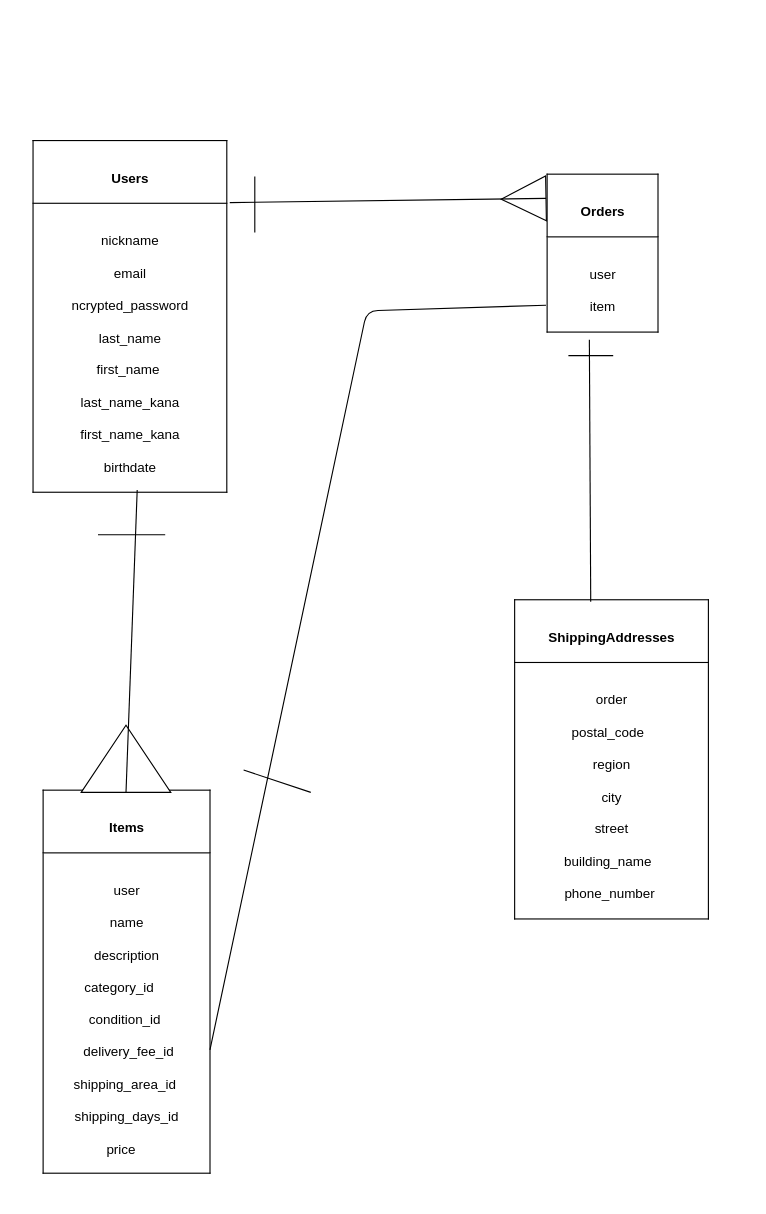
This is app/ER_Diag.dio from Aryokonon/furima-39415, a draw.io file, before an edit. Source tidied: cells renumbered, new cells numbered last; positions are measured from the earlier drawing's top-left corner, leaving out a move shared by most shapes. Both pictures are drawn from the tidied source at 112%, with x=0, y=0 at pixel (30, 19).
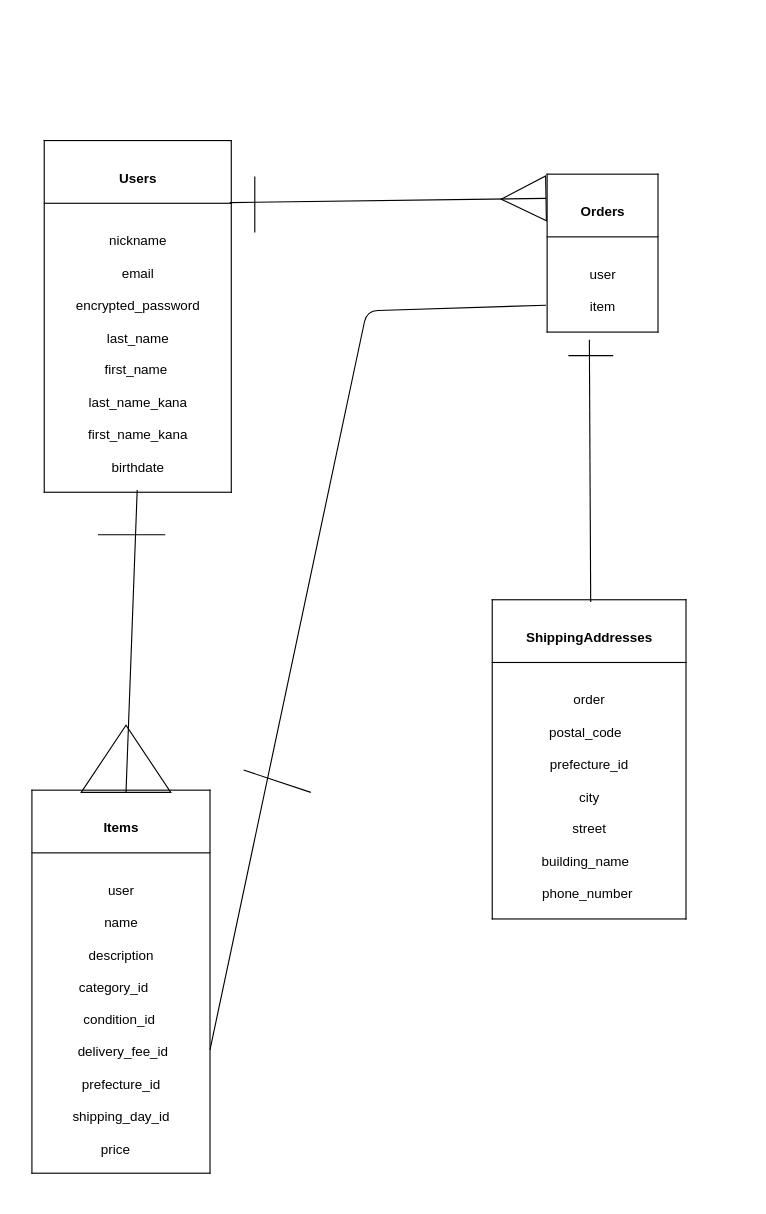
The same page after the edit.

Unchanged cells that the change refers to:
```xml
<mxCell id="4" value="&lt;table style=&quot;border-collapse:collapse;border:none;mso-border-alt:solid windowtext .5pt;&#10; mso-yfti-tbllook:1184;mso-table-lspace:9.0pt;margin-left:6.75pt;mso-table-rspace:&#10; 9.0pt;margin-right:6.75pt;mso-table-anchor-vertical:paragraph;mso-table-anchor-horizontal:&#10; page;mso-table-left:183.7pt;mso-table-top:.7pt;mso-padding-alt:0in 5.4pt 0in 5.4pt&quot; align=&quot;left&quot; cellpadding=&quot;0&quot; cellspacing=&quot;0&quot; border=&quot;1&quot; class=&quot;MsoTableGrid&quot;&gt;&#10; &lt;tbody&gt;&lt;tr style=&quot;mso-yfti-irow:0;mso-yfti-firstrow:yes;height:4.4pt&quot;&gt;&#10;  &lt;td style=&quot;width:86.25pt;border:solid windowtext 1.0pt;&#10;  mso-border-alt:solid windowtext .5pt;padding:0in 5.4pt 0in 5.4pt;height:4.4pt&quot; valign=&quot;top&quot; width=&quot;115&quot;&gt;&#10;  &lt;p style=&quot;margin-bottom:0in;text-align:center;&#10;  line-height:normal;mso-element:frame;mso-element-frame-hspace:9.0pt;&#10;  mso-element-wrap:around;mso-element-anchor-vertical:paragraph;mso-element-anchor-horizontal:&#10;  page;mso-element-left:183.75pt;mso-element-top:.7pt;mso-height-rule:exactly&quot; align=&quot;center&quot; class=&quot;MsoNormal&quot;&gt;&lt;b&gt;Orders&lt;/b&gt;&lt;/p&gt;&#10;  &lt;/td&gt;&#10; &lt;/tr&gt;&#10; &lt;tr style=&quot;mso-yfti-irow:1;mso-yfti-lastrow:yes;height:32.05pt&quot;&gt;&#10;  &lt;td style=&quot;width:86.25pt;border:solid windowtext 1.0pt;&#10;  border-top:none;mso-border-top-alt:solid windowtext .5pt;mso-border-alt:solid windowtext .5pt;&#10;  padding:0in 5.4pt 0in 5.4pt;height:32.05pt&quot; valign=&quot;top&quot; width=&quot;115&quot;&gt;&#10;  &lt;p style=&quot;margin-bottom:0in;text-align:center;&#10;  line-height:normal;mso-element:frame;mso-element-frame-hspace:9.0pt;&#10;  mso-element-wrap:around;mso-element-anchor-vertical:paragraph;mso-element-anchor-horizontal:&#10;  page;mso-element-left:183.75pt;mso-element-top:.7pt;mso-height-rule:exactly&quot; align=&quot;center&quot; class=&quot;MsoNormal&quot;&gt;user&lt;br&gt;&#10;  item&lt;/p&gt;&#10;  &lt;/td&gt;&#10; &lt;/tr&gt;&#10;&lt;/tbody&gt;&lt;/table&gt;" style="text;whiteSpace=wrap;html=1;" parent="1" vertex="1">
  <mxGeometry x="450" y="30" width="120" height="260" as="geometry" />
</mxCell>
<mxCell id="6" style="triangle;whiteSpace=wrap;html=1;rotation=-181;" parent="1" vertex="1">
  <mxGeometry x="420" y="140" width="40" height="40" as="geometry" />
</mxCell>
```

What changed in the source:
```diff
@@
-    <mxCell id="2" value="&lt;table style=&quot;border-collapse:collapse;border:none;mso-border-alt:solid windowtext .5pt;&#10; mso-yfti-tbllook:1184;mso-table-lspace:9.0pt;margin-left:6.75pt;mso-table-rspace:&#10; 9.0pt;margin-right:6.75pt;mso-table-anchor-vertical:paragraph;mso-table-anchor-horizontal:&#10; page;mso-table-left:259.7pt;mso-table-top:-97.25pt;mso-padding-alt:0in 5.4pt 0in 5.4pt&quot; align=&quot;left&quot; cellpadding=&quot;0&quot; cellspacing=&quot;0&quot; border=&quot;1&quot; class=&quot;MsoTableGrid&quot;&gt;&#10; &lt;tbody&gt;&lt;tr style=&quot;mso-yfti-irow:0;mso-yfti-firstrow:yes;height:13.95pt&quot;&gt;&#10;  &lt;td style=&quot;width:118.15pt;border:solid windowtext 1.0pt;&#10;  mso-border-alt:solid windowtext .5pt;padding:0in 5.4pt 0in 5.4pt;height:13.95pt&quot; valign=&quot;top&quot; width=&quot;158&quot;&gt;&#10;  &lt;p style=&quot;margin-bottom:0in;text-align:center;&#10;  line-height:normal;mso-element:frame;mso-element-frame-hspace:9.0pt;&#10;  mso-element-wrap:around;mso-element-anchor-vertical:paragraph;mso-element-anchor-horizontal:&#10;  page;mso-element-left:259.75pt;mso-element-top:-97.25pt;mso-height-rule:exactly&quot; align=&quot;center&quot; class=&quot;MsoNormal&quot;&gt;&lt;b&gt;Items&lt;/b&gt;&lt;/p&gt;&#10;  &lt;/td&gt;&#10; &lt;/tr&gt;&#10; &lt;tr style=&quot;mso-yfti-irow:1;mso-yfti-lastrow:yes;height:100.6pt&quot;&gt;&#10;  &lt;td style=&quot;width:118.15pt;border:solid windowtext 1.0pt;&#10;  border-top:none;mso-border-top-alt:solid windowtext .5pt;mso-border-alt:solid windowtext .5pt;&#10;  padding:0in 5.4pt 0in 5.4pt;height:100.6pt&quot; valign=&quot;top&quot; width=&quot;158&quot;&gt;&#10;  &lt;p style=&quot;margin-bottom:0in;text-align:center;&#10;  line-height:normal;mso-element:frame;mso-element-frame-hspace:9.0pt;&#10;  mso-element-wrap:around;mso-element-anchor-vertical:paragraph;mso-element-anchor-horizontal:&#10;  page;mso-element-left:259.75pt;mso-element-top:-97.25pt;mso-height-rule:exactly&quot; align=&quot;center&quot; class=&quot;MsoNormal&quot;&gt;user&lt;br&gt;&#10;  name&lt;br&gt;&#10;  description&lt;br&gt;&#10;  category_id&lt;span style=&quot;mso-spacerun:yes&quot;&gt;&amp;nbsp;&amp;nbsp;&amp;nbsp;&amp;nbsp; &lt;/span&gt;&lt;br&gt;&#10;  condition_id&lt;span style=&quot;mso-spacerun:yes&quot;&gt;&amp;nbsp; &lt;/span&gt;&lt;br&gt;&#10;  &lt;span style=&quot;mso-spacerun:yes&quot;&gt;&amp;nbsp;&lt;/span&gt;delivery_fee_id&lt;br&gt;&#10;  shipping_area_id&lt;span style=&quot;mso-spacerun:yes&quot;&gt;&amp;nbsp; &lt;/span&gt;&lt;br&gt;&#10;  shipping_days_id&lt;br&gt;&#10;  &lt;span style=&quot;mso-spacerun:yes&quot;&gt;&amp;nbsp;&lt;/span&gt;price&lt;span style=&quot;mso-spacerun:yes&quot;&gt;&amp;nbsp;&amp;nbsp;&amp;nbsp;&amp;nbsp; &lt;/span&gt;&lt;/p&gt;&#10;  &lt;/td&gt;&#10; &lt;/tr&gt;&#10;&lt;/tbody&gt;&lt;/table&gt;" style="text;whiteSpace=wrap;html=1;strokeColor=none;" parent="1" vertex="1">
-      <mxGeometry y="580" width="170" height="470" as="geometry" />
-    </mxCell>
-    <mxCell id="3" value="&lt;table style=&quot;border-collapse:collapse;border:none;mso-border-alt:solid windowtext .5pt;&#10; mso-yfti-tbllook:1184;mso-padding-alt:0in 5.4pt 0in 5.4pt&quot; cellpadding=&quot;0&quot; cellspacing=&quot;0&quot; border=&quot;1&quot; class=&quot;MsoTableGrid&quot;&gt;&#10; &lt;tbody&gt;&lt;tr style=&quot;mso-yfti-irow:0;mso-yfti-firstrow:yes;height:13.95pt&quot;&gt;&#10;  &lt;td style=&quot;width:118.15pt;border:solid windowtext 1.0pt;&#10;  mso-border-alt:solid windowtext .5pt;padding:0in 5.4pt 0in 5.4pt;height:13.95pt&quot; valign=&quot;top&quot; width=&quot;158&quot;&gt;&#10;  &lt;p style=&quot;margin-bottom:0in;text-align:center;&#10;  line-height:normal&quot; align=&quot;center&quot; class=&quot;MsoNormal&quot;&gt;&lt;b&gt;Users&lt;/b&gt;&lt;/p&gt;&#10;  &lt;/td&gt;&#10; &lt;/tr&gt;&#10; &lt;tr style=&quot;mso-yfti-irow:1;mso-yfti-lastrow:yes;height:100.6pt&quot;&gt;&#10;  &lt;td style=&quot;width:118.15pt;border:solid windowtext 1.0pt;&#10;  border-top:none;mso-border-top-alt:solid windowtext .5pt;mso-border-alt:solid windowtext .5pt;&#10;  padding:0in 5.4pt 0in 5.4pt;height:100.6pt&quot; valign=&quot;top&quot; width=&quot;158&quot;&gt;&#10;  &lt;p style=&quot;margin-bottom:0in;text-align:center;&#10;  line-height:normal&quot; align=&quot;center&quot; class=&quot;MsoNormal&quot;&gt;nickname&lt;br&gt;&#10;  email&lt;br&gt;&#10;  ncrypted_password&lt;br&gt;&#10;  last_name&lt;br&gt;&#10;  first_name&lt;span style=&quot;mso-spacerun:yes&quot;&gt;&amp;nbsp; &lt;/span&gt;&lt;br&gt;&#10;  last_name_kana&lt;br&gt;&#10;  first_name_kana&lt;br&gt;&#10;  birthdate&lt;/p&gt;&#10;  &lt;/td&gt;&#10; &lt;/tr&gt;&#10;&lt;/tbody&gt;&lt;/table&gt;" style="text;whiteSpace=wrap;html=1;" parent="1" vertex="1">
-      <mxGeometry width="180" height="420" as="geometry" />
-    </mxCell>
@@
-    <mxCell id="5" value="&lt;table style=&quot;border-collapse:collapse;border:none;mso-border-alt:solid windowtext .5pt;&#10; mso-yfti-tbllook:1184;mso-padding-alt:0in 5.4pt 0in 5.4pt&quot; cellpadding=&quot;0&quot; cellspacing=&quot;0&quot; border=&quot;1&quot; class=&quot;MsoTableGrid&quot;&gt;&#10; &lt;tbody&gt;&lt;tr style=&quot;mso-yfti-irow:0;mso-yfti-firstrow:yes;height:13.95pt&quot;&gt;&#10;  &lt;td style=&quot;width:118.15pt;border:solid windowtext 1.0pt;&#10;  mso-border-alt:solid windowtext .5pt;padding:0in 5.4pt 0in 5.4pt;height:13.95pt&quot; valign=&quot;top&quot; width=&quot;158&quot;&gt;&#10;  &lt;p style=&quot;margin-bottom:0in;text-align:center;&#10;  line-height:normal&quot; align=&quot;center&quot; class=&quot;MsoNormal&quot;&gt;&lt;b&gt;ShippingAddresses&lt;/b&gt;&lt;/p&gt;&#10;  &lt;/td&gt;&#10; &lt;/tr&gt;&#10; &lt;tr style=&quot;mso-yfti-irow:1;mso-yfti-lastrow:yes;height:100.6pt&quot;&gt;&#10;  &lt;td style=&quot;width:118.15pt;border:solid windowtext 1.0pt;&#10;  border-top:none;mso-border-top-alt:solid windowtext .5pt;mso-border-alt:solid windowtext .5pt;&#10;  padding:0in 5.4pt 0in 5.4pt;height:100.6pt&quot; valign=&quot;top&quot; width=&quot;158&quot;&gt;&#10;  &lt;p style=&quot;margin-bottom:0in;text-align:center;&#10;  line-height:normal&quot; align=&quot;center&quot; class=&quot;MsoNormal&quot;&gt;order&lt;br&gt;&#10;  postal_code&lt;span style=&quot;mso-spacerun:yes&quot;&gt;&amp;nbsp;&amp;nbsp; &lt;/span&gt;&lt;br&gt;&#10;  region&lt;br&gt;&#10;  city&lt;br&gt;&#10;  street&lt;br&gt;&#10;  building_name&lt;span style=&quot;mso-spacerun:yes&quot;&gt;&amp;nbsp;&amp;nbsp; &lt;/span&gt;&lt;br&gt;&#10;  phone_number&lt;span style=&quot;mso-spacerun:yes&quot;&gt;&amp;nbsp; &lt;/span&gt;&lt;/p&gt;&#10;  &lt;/td&gt;&#10; &lt;/tr&gt;&#10;&lt;/tbody&gt;&lt;/table&gt;" style="text;whiteSpace=wrap;html=1;" parent="1" vertex="1">
-      <mxGeometry x="430" y="410" width="210" height="410" as="geometry" />
-    </mxCell>
@@
-    <mxCell id="8" style="endArrow=none;html=1;elbow=vertical;entryX=0;entryY=0.5;entryDx=0;entryDy=0;exitX=0.987;exitY=0.389;exitDx=0;exitDy=0;exitPerimeter=0;" parent="1" edge="1" source="3" target="6">
-      <mxGeometry relative="1" as="geometry" />
+    <mxCell id="8" style="endArrow=none;html=1;elbow=vertical;entryX=0;entryY=0.5;entryDx=0;entryDy=0;exitX=0.987;exitY=0.389;exitDx=0;exitDy=0;exitPerimeter=0;" parent="1" edge="1" target="6">
+      <mxGeometry relative="1" as="geometry">
+        <mxPoint x="177.7" y="163.4" as="sourcePoint" />
+      </mxGeometry>
     </mxCell>
-    <mxCell id="9" style="endArrow=none;html=1;elbow=vertical;entryX=0;entryY=0.5;entryDx=0;entryDy=0;exitX=0.941;exitY=0.723;exitDx=0;exitDy=0;exitPerimeter=0;" parent="1" edge="1" source="2">
+    <mxCell id="9" style="endArrow=none;html=1;elbow=vertical;entryX=0;entryY=0.5;entryDx=0;entryDy=0;exitX=0.941;exitY=0.723;exitDx=0;exitDy=0;exitPerimeter=0;" parent="1" edge="1">
       <mxGeometry relative="1" as="geometry">
+        <mxPoint x="160" y="919.8" as="sourcePoint" />
         <mxPoint x="460" y="255" as="targetPoint" />
         <Array as="points">
           <mxPoint x="300" y="260" />
         </Array>
       </mxGeometry>
     </mxCell>
@@
-    <mxCell id="14" style="endArrow=none;html=1;elbow=vertical;exitX=0.406;exitY=0.984;exitDx=0;exitDy=0;exitPerimeter=0;entryX=0.333;entryY=0.268;entryDx=0;entryDy=0;entryPerimeter=0;" parent="1" edge="1" source="4" target="5">
-      <mxGeometry relative="1" as="geometry" />
+    <mxCell id="14" style="endArrow=none;html=1;elbow=vertical;exitX=0.406;exitY=0.984;exitDx=0;exitDy=0;exitPerimeter=0;entryX=0.333;entryY=0.268;entryDx=0;entryDy=0;entryPerimeter=0;" parent="1" edge="1" source="4">
+      <mxGeometry relative="1" as="geometry">
+        <mxPoint x="499.9" y="519.9" as="targetPoint" />
+      </mxGeometry>
     </mxCell>
@@
+    <mxCell id="16" value="&lt;table style=&quot;border-collapse:collapse;border:none;mso-border-alt:solid windowtext .5pt;&#10; mso-yfti-tbllook:1184;mso-padding-alt:0in 5.4pt 0in 5.4pt&quot; cellpadding=&quot;0&quot; cellspacing=&quot;0&quot; border=&quot;1&quot; class=&quot;MsoTableGrid&quot;&gt;&#10; &lt;tbody&gt;&lt;tr style=&quot;mso-yfti-irow:0;mso-yfti-firstrow:yes;height:13.95pt&quot;&gt;&#10;  &lt;td style=&quot;width:118.15pt;border:solid windowtext 1.0pt;&#10;  mso-border-alt:solid windowtext .5pt;padding:0in 5.4pt 0in 5.4pt;height:13.95pt&quot; valign=&quot;top&quot; width=&quot;158&quot;&gt;&#10;  &lt;p style=&quot;margin-bottom:0in;text-align:center;&#10;  line-height:normal&quot; align=&quot;center&quot; class=&quot;MsoNormal&quot;&gt;&lt;b&gt;Users&lt;/b&gt;&lt;/p&gt;&#10;  &lt;/td&gt;&#10; &lt;/tr&gt;&#10; &lt;tr style=&quot;mso-yfti-irow:1;mso-yfti-lastrow:yes;height:100.6pt&quot;&gt;&#10;  &lt;td style=&quot;width:118.15pt;border:solid windowtext 1.0pt;&#10;  border-top:none;mso-border-top-alt:solid windowtext .5pt;mso-border-alt:solid windowtext .5pt;&#10;  padding:0in 5.4pt 0in 5.4pt;height:100.6pt&quot; valign=&quot;top&quot; width=&quot;158&quot;&gt;&#10;  &lt;p style=&quot;margin-bottom:0in;text-align:center;&#10;  line-height:normal&quot; align=&quot;center&quot; class=&quot;MsoNormal&quot;&gt;nickname&lt;br&gt;&#10;  email&lt;br&gt;&#10;  encrypted_password&lt;br&gt;&#10;  last_name&lt;br&gt;&#10;  first_name&lt;span style=&quot;mso-spacerun:yes&quot;&gt;&amp;nbsp; &lt;/span&gt;&lt;br&gt;&#10;  last_name_kana&lt;br&gt;&#10;  first_name_kana&lt;br&gt;&#10;  birthdate&lt;/p&gt;&#10;  &lt;/td&gt;&#10; &lt;/tr&gt;&#10;&lt;/tbody&gt;&lt;/table&gt;" style="text;whiteSpace=wrap;html=1;" parent="1" vertex="1">
+      <mxGeometry x="10" width="170" height="420" as="geometry" />
+    </mxCell>
+    <mxCell id="17" value="&lt;table style=&quot;border-collapse:collapse;border:none;mso-border-alt:solid windowtext .5pt;&#10; mso-yfti-tbllook:1184;mso-table-lspace:9.0pt;margin-left:6.75pt;mso-table-rspace:&#10; 9.0pt;margin-right:6.75pt;mso-table-anchor-vertical:paragraph;mso-table-anchor-horizontal:&#10; page;mso-table-left:259.7pt;mso-table-top:-97.25pt;mso-padding-alt:0in 5.4pt 0in 5.4pt&quot; align=&quot;left&quot; cellpadding=&quot;0&quot; cellspacing=&quot;0&quot; border=&quot;1&quot; class=&quot;MsoTableGrid&quot;&gt;&#10; &lt;tbody&gt;&lt;tr style=&quot;mso-yfti-irow:0;mso-yfti-firstrow:yes;height:13.95pt&quot;&gt;&#10;  &lt;td style=&quot;width:118.15pt;border:solid windowtext 1.0pt;&#10;  mso-border-alt:solid windowtext .5pt;padding:0in 5.4pt 0in 5.4pt;height:13.95pt&quot; valign=&quot;top&quot; width=&quot;158&quot;&gt;&#10;  &lt;p style=&quot;margin-bottom:0in;text-align:center;&#10;  line-height:normal;mso-element:frame;mso-element-frame-hspace:9.0pt;&#10;  mso-element-wrap:around;mso-element-anchor-vertical:paragraph;mso-element-anchor-horizontal:&#10;  page;mso-element-left:259.75pt;mso-element-top:-97.25pt;mso-height-rule:exactly&quot; align=&quot;center&quot; class=&quot;MsoNormal&quot;&gt;&lt;b&gt;Items&lt;/b&gt;&lt;/p&gt;&#10;  &lt;/td&gt;&#10; &lt;/tr&gt;&#10; &lt;tr style=&quot;mso-yfti-irow:1;mso-yfti-lastrow:yes;height:100.6pt&quot;&gt;&#10;  &lt;td style=&quot;width:118.15pt;border:solid windowtext 1.0pt;&#10;  border-top:none;mso-border-top-alt:solid windowtext .5pt;mso-border-alt:solid windowtext .5pt;&#10;  padding:0in 5.4pt 0in 5.4pt;height:100.6pt&quot; valign=&quot;top&quot; width=&quot;158&quot;&gt;&#10;  &lt;p style=&quot;margin-bottom:0in;text-align:center;&#10;  line-height:normal;mso-element:frame;mso-element-frame-hspace:9.0pt;&#10;  mso-element-wrap:around;mso-element-anchor-vertical:paragraph;mso-element-anchor-horizontal:&#10;  page;mso-element-left:259.75pt;mso-element-top:-97.25pt;mso-height-rule:exactly&quot; align=&quot;center&quot; class=&quot;MsoNormal&quot;&gt;user&lt;br&gt;&#10;  name&lt;br&gt;&#10;  description&lt;br&gt;&#10;  category_id&lt;span style=&quot;mso-spacerun:yes&quot;&gt;&amp;nbsp;&amp;nbsp;&amp;nbsp;&amp;nbsp; &lt;/span&gt;&lt;br&gt;&#10;  condition_id&lt;span style=&quot;mso-spacerun:yes&quot;&gt;&amp;nbsp; &lt;/span&gt;&lt;br&gt;&#10;  &lt;span style=&quot;mso-spacerun:yes&quot;&gt;&amp;nbsp;&lt;/span&gt;delivery_fee_id&lt;br&gt;&#10;  prefecture_id&lt;br&gt;&#10;  shipping_day_id&lt;br&gt;&#10;  &lt;span style=&quot;mso-spacerun:yes&quot;&gt;&amp;nbsp;&lt;/span&gt;price&lt;span style=&quot;mso-spacerun:yes&quot;&gt;&amp;nbsp;&amp;nbsp;&amp;nbsp;&amp;nbsp; &lt;/span&gt;&lt;/p&gt;&#10;  &lt;/td&gt;&#10; &lt;/tr&gt;&#10;&lt;/tbody&gt;&lt;/table&gt;" style="text;whiteSpace=wrap;html=1;" parent="1" vertex="1">
+      <mxGeometry x="-10" y="580" width="180" height="450" as="geometry" />
+    </mxCell>
+    <mxCell id="18" value="&lt;table style=&quot;border-collapse:collapse;border:none;mso-border-alt:solid windowtext .5pt;&#10; mso-yfti-tbllook:1184;mso-padding-alt:0in 5.4pt 0in 5.4pt&quot; cellpadding=&quot;0&quot; cellspacing=&quot;0&quot; border=&quot;1&quot; class=&quot;MsoTableGrid&quot;&gt;&#10; &lt;tbody&gt;&lt;tr style=&quot;mso-yfti-irow:0;mso-yfti-firstrow:yes;height:13.95pt&quot;&gt;&#10;  &lt;td style=&quot;width:118.15pt;border:solid windowtext 1.0pt;&#10;  mso-border-alt:solid windowtext .5pt;padding:0in 5.4pt 0in 5.4pt;height:13.95pt&quot; valign=&quot;top&quot; width=&quot;158&quot;&gt;&#10;  &lt;p style=&quot;margin-bottom:0in;text-align:center;&#10;  line-height:normal&quot; align=&quot;center&quot; class=&quot;MsoNormal&quot;&gt;&lt;b&gt;ShippingAddresses&lt;/b&gt;&lt;/p&gt;&#10;  &lt;/td&gt;&#10; &lt;/tr&gt;&#10; &lt;tr style=&quot;mso-yfti-irow:1;mso-yfti-lastrow:yes;height:100.6pt&quot;&gt;&#10;  &lt;td style=&quot;width:118.15pt;border:solid windowtext 1.0pt;&#10;  border-top:none;mso-border-top-alt:solid windowtext .5pt;mso-border-alt:solid windowtext .5pt;&#10;  padding:0in 5.4pt 0in 5.4pt;height:100.6pt&quot; valign=&quot;top&quot; width=&quot;158&quot;&gt;&#10;  &lt;p style=&quot;margin-bottom:0in;text-align:center;&#10;  line-height:normal&quot; align=&quot;center&quot; class=&quot;MsoNormal&quot;&gt;order&lt;br&gt;&#10;  postal_code&lt;span style=&quot;mso-spacerun:yes&quot;&gt;&amp;nbsp;&amp;nbsp; &lt;/span&gt;&lt;br&gt;&#10;  prefecture_id&lt;br&gt;&#10;  city&lt;br&gt;&#10;  street&lt;br&gt;&#10;  building_name&lt;span style=&quot;mso-spacerun:yes&quot;&gt;&amp;nbsp;&amp;nbsp; &lt;/span&gt;&lt;br&gt;&#10;  phone_number&lt;span style=&quot;mso-spacerun:yes&quot;&gt;&amp;nbsp; &lt;/span&gt;&lt;/p&gt;&#10;  &lt;/td&gt;&#10; &lt;/tr&gt;&#10;&lt;/tbody&gt;&lt;/table&gt;" style="text;whiteSpace=wrap;html=1;" parent="1" vertex="1">
+      <mxGeometry x="410" y="410" width="210" height="410" as="geometry" />
+    </mxCell>
```
